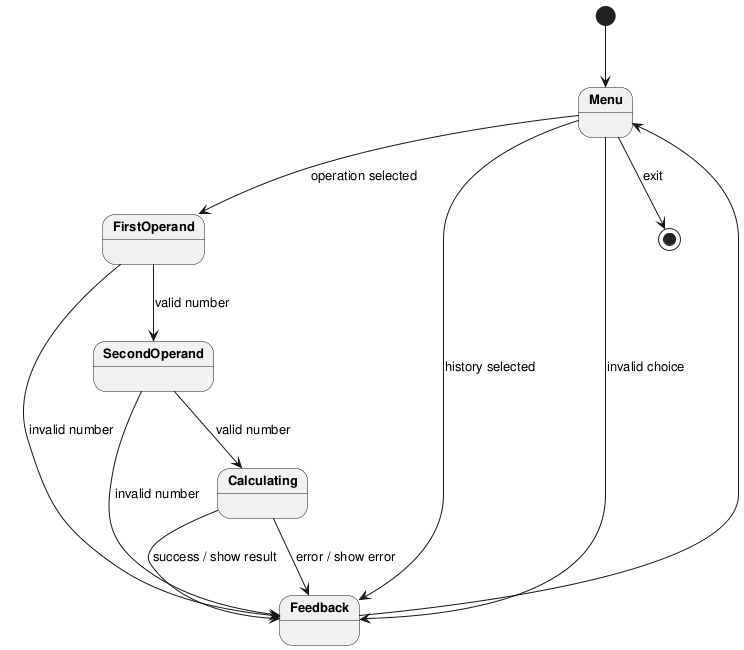
DanielRiha8906/Software_autoevolution_using_agents keeps this PlantUML diagram as experiments/pipeline/structured_text/calculator/artifacts/state_diagram_interactive.png. Above is the earlier version. The source it was exported from:
```plantuml
@startuml

skinparam defaultFontSize 13
skinparam stateFontStyle bold

top to bottom direction

[*] --> Menu

Menu --> FirstOperand : operation selected
Menu --> Feedback : history selected
Menu --> Feedback : invalid choice
Menu --> [*] : exit

FirstOperand --> SecondOperand : valid number
FirstOperand --> Feedback : invalid number

SecondOperand --> Calculating : valid number
SecondOperand --> Feedback : invalid number

Calculating --> Feedback : success / show result
Calculating --> Feedback : error / show error
Feedback --> Menu

@enduml
```
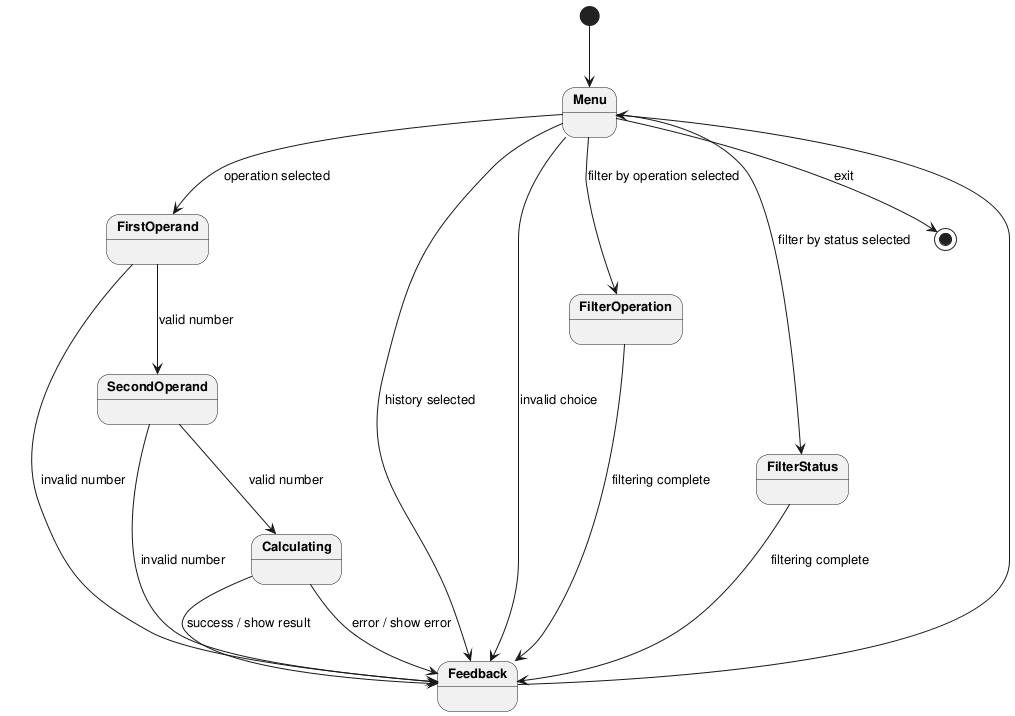
The same file after the commit.

Change to the diagram source:
```diff
@@ -9,8 +9,13 @@
 
 Menu --> FirstOperand : operation selected
 Menu --> Feedback : history selected
+Menu --> FilterOperation : filter by operation selected
+Menu --> FilterStatus : filter by status selected
 Menu --> Feedback : invalid choice
 Menu --> [*] : exit
+
+FilterOperation --> Feedback : filtering complete
+FilterStatus --> Feedback : filtering complete
 
 FirstOperand --> SecondOperand : valid number
 FirstOperand --> Feedback : invalid number
```
